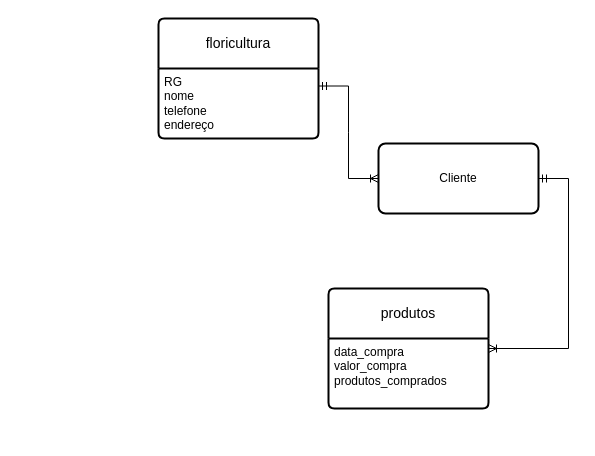
The draw.io diagram floricultura.drawio in biacapist1224/Diagramas, before the edit. Source tidied: cells renumbered, new cells numbered last; positions are measured from the earlier drawing's top-left corner, leaving out a move shared by most shapes. Both pictures are drawn from the tidied source at 100%, with x=0, y=0 at pixel (158, 18).
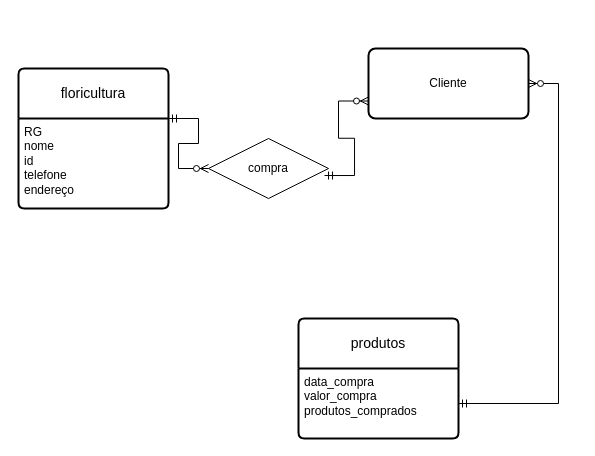
Above is the later version.

The edit, as a diff of the source:
```diff
@@
 <mxGraphModel>
   <root>
     <mxCell id="0" />
     <mxCell id="1" parent="0" />
     <mxCell id="2" value="floricultura" style="swimlane;horizontal=1;startSize=50;rounded=1;fontSize=14;fontStyle=0;strokeWidth=2;shadow=0;dashed=0;align=center;arcSize=4;whiteSpace=wrap;html=1;" parent="1" vertex="1">
-      <mxGeometry width="160" height="120" as="geometry" />
+      <mxGeometry x="-140" y="50" width="150" height="140" as="geometry" />
     </mxCell>
-    <mxCell id="3" value="&lt;div&gt;RG&lt;/div&gt;&lt;div&gt;nome&lt;/div&gt;&lt;div&gt;telefone&lt;/div&gt;&lt;div&gt;endereço&lt;br&gt;&lt;/div&gt;" style="align=left;strokeColor=none;fillColor=none;spacingLeft=4;fontSize=12;verticalAlign=top;html=1;" parent="2" vertex="1">
-      <mxGeometry y="50" width="160" height="70" as="geometry" />
+    <mxCell id="3" value="&lt;div&gt;RG&lt;/div&gt;&lt;div&gt;nome&lt;/div&gt;&lt;div&gt;id&lt;br&gt;&lt;/div&gt;&lt;div&gt;telefone&lt;/div&gt;&lt;div&gt;endereço&lt;br&gt;&lt;/div&gt;" style="align=left;strokeColor=none;fillColor=none;spacingLeft=4;fontSize=12;verticalAlign=top;html=1;" parent="2" vertex="1">
+      <mxGeometry y="50" width="150" height="90" as="geometry" />
     </mxCell>
     <mxCell id="4" value="produtos" style="swimlane;horizontal=1;startSize=50;rounded=1;fontSize=14;fontStyle=0;strokeWidth=2;shadow=0;dashed=0;align=center;arcSize=4;whiteSpace=wrap;html=1;" parent="1" vertex="1">
-      <mxGeometry x="170" y="270" width="160" height="120" as="geometry" />
+      <mxGeometry x="140" y="300" width="160" height="120" as="geometry" />
     </mxCell>
     <mxCell id="5" value="&lt;div&gt;data_compra&lt;/div&gt;&lt;div&gt;valor_compra&lt;/div&gt;&lt;div&gt;produtos_comprados&lt;br&gt;&lt;/div&gt;" style="align=left;strokeColor=none;fillColor=none;spacingLeft=4;fontSize=12;verticalAlign=top;html=1;" parent="4" vertex="1">
       <mxGeometry y="50" width="160" height="70" as="geometry" />
     </mxCell>
     <mxCell id="6" value="Cliente" style="rounded=1;arcSize=10;whiteSpace=wrap;html=1;align=center;strokeWidth=2;" parent="1" vertex="1">
-      <mxGeometry x="220" y="125" width="160" height="70" as="geometry" />
+      <mxGeometry x="210" y="30" width="160" height="70" as="geometry" />
     </mxCell>
-    <mxCell id="7" style="edgeStyle=entityRelationEdgeStyle;fontSize=12;html=1;endArrow=ERoneToMany;startArrow=ERmandOne;rounded=0;" parent="1" edge="1" source="6" target="4">
-      <mxGeometry relative="1" as="geometry" />
-    </mxCell>
-    <mxCell id="8" style="edgeStyle=entityRelationEdgeStyle;fontSize=12;html=1;endArrow=ERoneToMany;startArrow=ERmandOne;rounded=0;entryX=0;entryY=0.5;entryDx=0;entryDy=0;exitX=1;exitY=0.25;exitDx=0;exitDy=0;" parent="1" edge="1" source="3" target="6">
-      <mxGeometry relative="1" as="geometry" />
-    </mxCell>
+    <mxCell id="9" style="edgeStyle=entityRelationEdgeStyle;fontSize=12;html=1;endArrow=ERzeroToMany;startArrow=ERmandOne;rounded=0;entryX=0;entryY=0.5;entryDx=0;entryDy=0;exitX=1;exitY=0;exitDx=0;exitDy=0;" parent="1" edge="1" source="3" target="11">
+      <mxGeometry relative="1" as="geometry" />
+    </mxCell>
+    <mxCell id="10" style="edgeStyle=entityRelationEdgeStyle;fontSize=12;html=1;endArrow=ERzeroToMany;startArrow=ERmandOne;rounded=0;exitX=1;exitY=0.5;exitDx=0;exitDy=0;" parent="1" edge="1" source="5" target="6">
+      <mxGeometry relative="1" as="geometry" />
+    </mxCell>
+    <mxCell id="11" value="compra" style="shape=rhombus;perimeter=rhombusPerimeter;whiteSpace=wrap;html=1;align=center;" parent="1" vertex="1">
+      <mxGeometry x="50" y="120" width="120" height="60" as="geometry" />
+    </mxCell>
+    <mxCell id="12" style="edgeStyle=entityRelationEdgeStyle;fontSize=12;html=1;endArrow=ERzeroToMany;startArrow=ERmandOne;rounded=0;entryX=0;entryY=0.75;entryDx=0;entryDy=0;exitX=0.967;exitY=0.617;exitDx=0;exitDy=0;exitPerimeter=0;" parent="1" edge="1" source="11" target="6">
+      <mxGeometry relative="1" as="geometry" />
+    </mxCell>
   </root>
 </mxGraphModel>
```
